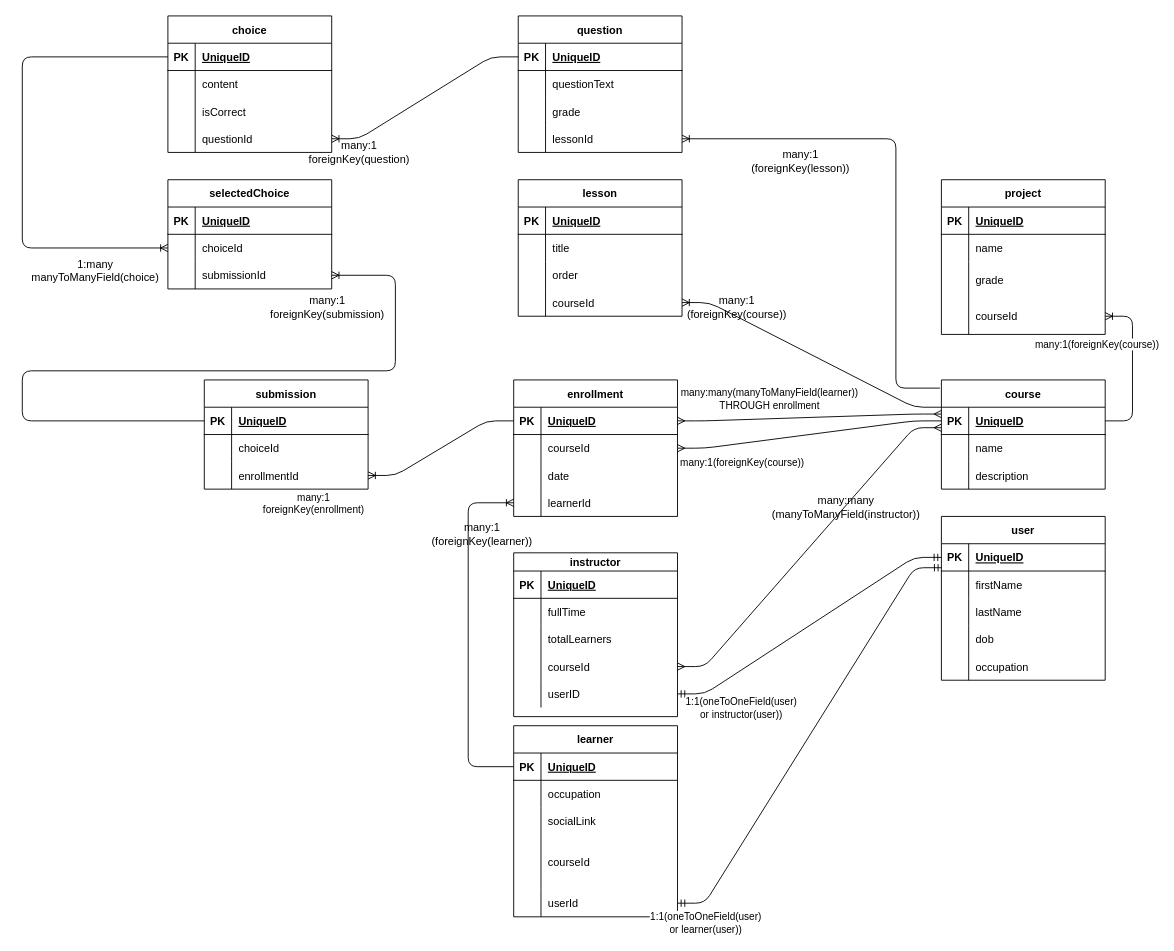
The draw.io diagram onlineCourseERDiagram.drawio in vsirucek/final-cloud-app-with-database, before the edit. Source tidied: cells renumbered, new cells numbered last; positions are measured from the earlier drawing's top-left corner, leaving out a move shared by most shapes. Both pictures are drawn from the tidied source at 91%, with x=0, y=0 at pixel (22, 15).
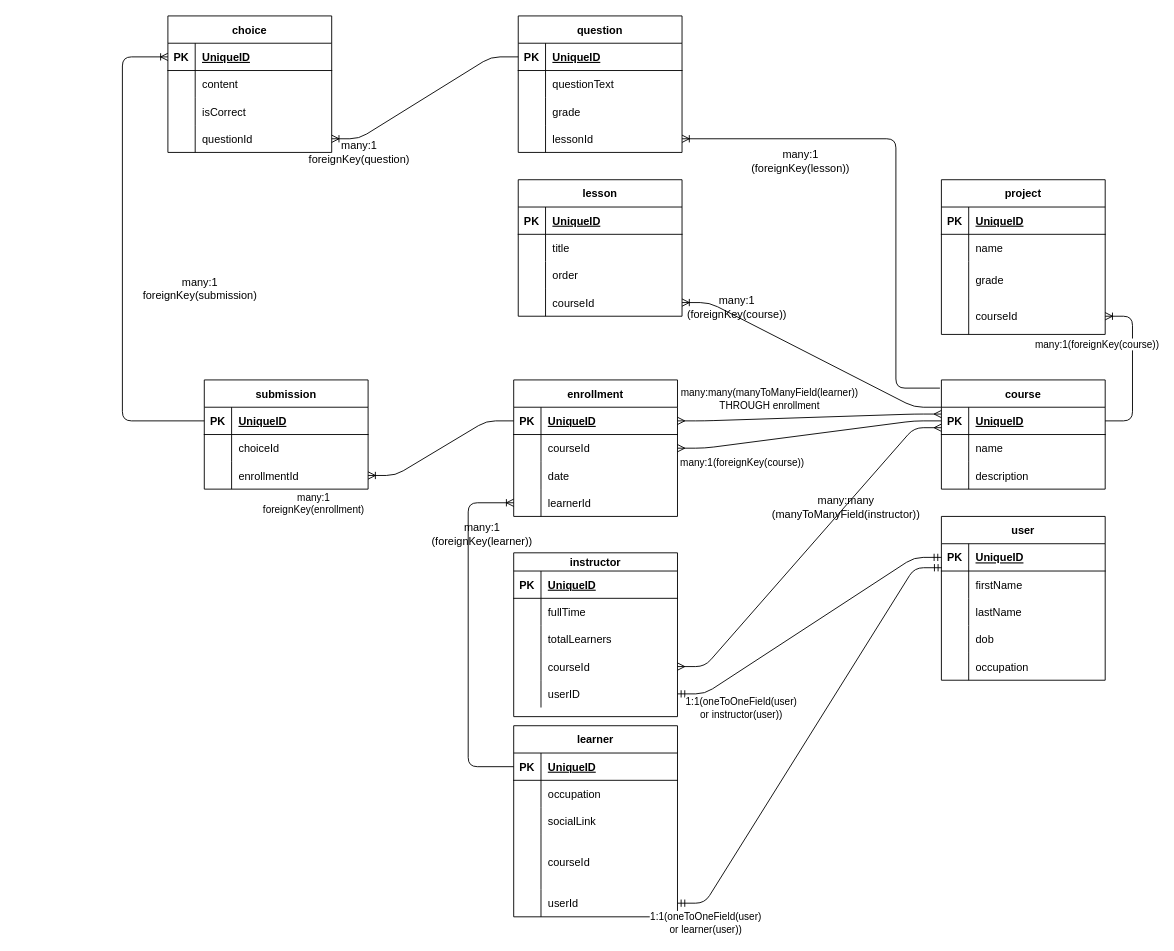
After the change.

The change refers to these unchanged cells:
```xml
<mxCell id="131" style="shape=tableRow;horizontal=0;startSize=0;swimlaneHead=0;swimlaneBody=0;fillColor=none;points=[[0,0.5],[1,0.5]];portConstraint=eastwest;top=0;left=0;right=0;bottom=1;" parent="130" vertex="1">
  <mxGeometry y="30" width="180" height="30" as="geometry" />
</mxCell>
<mxCell id="146" style="shape=tableRow;horizontal=0;startSize=0;swimlaneHead=0;swimlaneBody=0;fillColor=none;points=[[0,0.5],[1,0.5]];portConstraint=eastwest;top=0;left=0;right=0;bottom=1;" parent="145" vertex="1">
  <mxGeometry y="30" width="180" height="30" as="geometry" />
</mxCell>
```

The edit, as a diff of the source:
```diff
@@
-    <mxCell id="157" value="1:many&lt;br&gt;manyToManyField(choice)" style="text;html=1;align=center;verticalAlign=middle;strokeColor=none;fillColor=none;" parent="1" vertex="1">
-      <mxGeometry y="260" width="160" height="40" as="geometry" />
-    </mxCell>
-    <mxCell id="158" value="selectedChoice" style="shape=table;startSize=30;childLayout=tableLayout;rowLines=0;fontStyle=1;align=center;" parent="1" vertex="1">
-      <mxGeometry x="160" y="180" width="180" height="120" as="geometry" />
-    </mxCell>
-    <mxCell id="159" style="shape=tableRow;horizontal=0;startSize=0;swimlaneHead=0;swimlaneBody=0;fillColor=none;top=0;left=0;right=0;bottom=1;" parent="158" vertex="1">
-      <mxGeometry y="30" width="180" height="30" as="geometry" />
-    </mxCell>
-    <mxCell id="160" value="PK" style="shape=partialRectangle;fillColor=none;top=0;left=0;bottom=0;right=0;fontStyle=1;overflow=hidden;" parent="159" vertex="1">
-      <mxGeometry width="30" height="30" as="geometry" />
-    </mxCell>
-    <mxCell id="161" value="UniqueID" style="shape=partialRectangle;fillColor=none;top=0;left=0;bottom=0;right=0;align=left;spacingLeft=6;fontStyle=5;overflow=hidden;" parent="159" vertex="1">
-      <mxGeometry x="30" width="150" height="30" as="geometry" />
-    </mxCell>
-    <mxCell id="162" style="shape=tableRow;horizontal=0;startSize=0;swimlaneHead=0;swimlaneBody=0;fillColor=none;points=[[0,0.5],[1,0.5]];portConstraint=eastwest;top=0;left=0;right=0;bottom=0;" parent="158" vertex="1">
-      <mxGeometry y="60" width="180" height="30" as="geometry" />
-    </mxCell>
-    <mxCell id="163" style="shape=partialRectangle;fillColor=none;top=0;left=0;bottom=0;right=0;overflow=hidden;" parent="162" vertex="1">
-      <mxGeometry width="30" height="30" as="geometry" />
-    </mxCell>
-    <mxCell id="164" value="choiceId" style="shape=partialRectangle;fillColor=none;top=0;left=0;bottom=0;right=0;align=left;spacingLeft=6;overflow=hidden;" parent="162" vertex="1">
-      <mxGeometry x="30" width="150" height="30" as="geometry" />
-    </mxCell>
-    <mxCell id="165" style="shape=tableRow;horizontal=0;startSize=0;swimlaneHead=0;swimlaneBody=0;fillColor=none;top=0;left=0;right=0;bottom=0;" parent="158" vertex="1">
-      <mxGeometry y="90" width="180" height="30" as="geometry" />
-    </mxCell>
-    <mxCell id="166" style="shape=partialRectangle;fillColor=none;top=0;left=0;bottom=0;right=0;overflow=hidden;" parent="165" vertex="1">
-      <mxGeometry width="30" height="30" as="geometry" />
-    </mxCell>
-    <mxCell id="167" value="submissionId" style="shape=partialRectangle;fillColor=none;top=0;left=0;bottom=0;right=0;align=left;spacingLeft=6;overflow=hidden;" parent="165" vertex="1">
-      <mxGeometry x="30" width="150" height="30" as="geometry" />
-    </mxCell>
-    <mxCell id="168" style="edgeStyle=orthogonalEdgeStyle;fontSize=12;html=1;endArrow=ERoneToMany;exitX=0;exitY=0.5;exitDx=0;exitDy=0;entryX=1;entryY=0.5;entryDx=0;entryDy=0;" parent="1" edge="1" source="146">
+    <mxCell id="168" style="edgeStyle=orthogonalEdgeStyle;fontSize=12;html=1;endArrow=ERoneToMany;exitX=0;exitY=0.5;exitDx=0;exitDy=0;entryX=0;entryY=0.5;entryDx=0;entryDy=0;" parent="1" edge="1" source="146" target="131">
       <mxGeometry relative="1" as="geometry">
-        <mxPoint x="340" y="285" as="targetPoint" />
         <Array as="points">
-          <mxPoint y="445" />
-          <mxPoint y="390" />
-          <mxPoint x="410" y="390" />
-          <mxPoint x="410" y="285" />
+          <mxPoint x="110" y="445" />
+          <mxPoint x="110" y="45" />
         </Array>
       </mxGeometry>
     </mxCell>
     <mxCell id="169" value="many:1&lt;br&gt;foreignKey(submission)" style="text;html=1;align=center;verticalAlign=middle;strokeColor=none;fillColor=none;" parent="1" vertex="1">
-      <mxGeometry x="260" y="300" width="150" height="40" as="geometry" />
+      <mxGeometry x="120" y="280" width="150" height="40" as="geometry" />
     </mxCell>
-    <mxCell id="170" style="edgeStyle=elbowEdgeStyle;fontSize=12;html=1;endArrow=ERoneToMany;exitX=0;exitY=0.5;exitDx=0;exitDy=0;entryX=0;entryY=0.5;entryDx=0;entryDy=0;" parent="1" edge="1" source="131" target="162">
-      <mxGeometry relative="1" as="geometry">
-        <Array as="points">
-          <mxPoint y="150" />
-        </Array>
-      </mxGeometry>
-    </mxCell>
```
